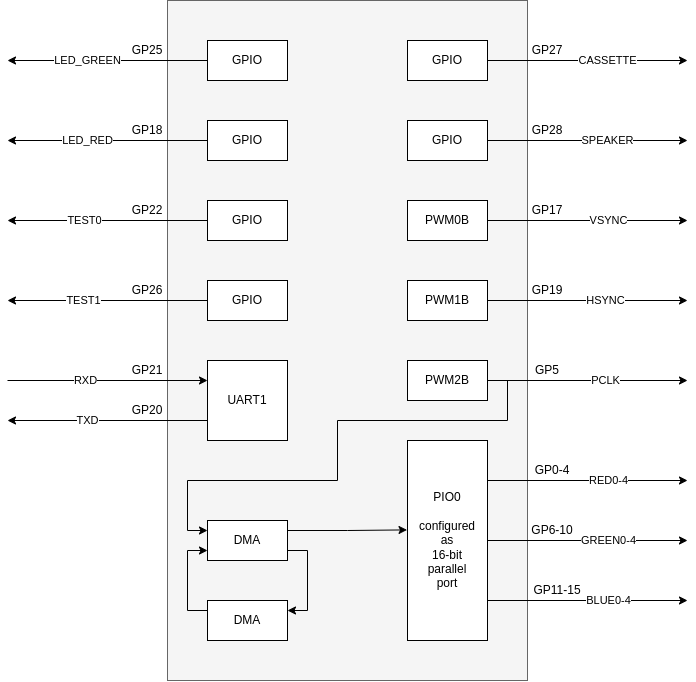
Earlier version of the draw.io export images/pico-iie_block_diagram.drawio.png (pyrex8/pico-iie). Source tidied: cells renumbered, new cells last; positions are measured from the earlier drawing's top-left corner, leaving out a move shared by most shapes.
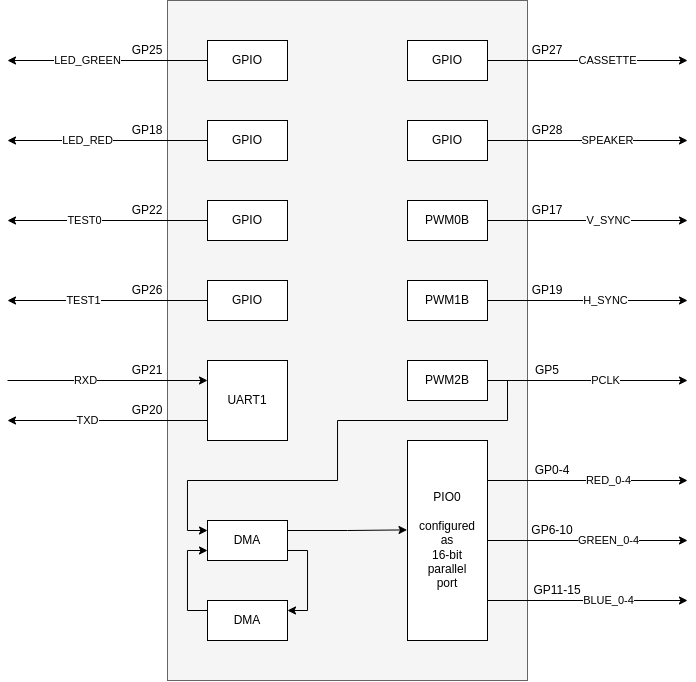
The same diagram one commit later.

Change to the diagram source:
```diff
@@ -10,7 +10,7 @@
         <mxPoint x="680" y="220" as="targetPoint" />
       </mxGeometry>
     </mxCell>
-    <mxCell id="4" value="VSYNC" style="edgeLabel;html=1;align=center;verticalAlign=middle;" parent="3" vertex="1">
+    <mxCell id="4" value="V_SYNC" style="edgeLabel;html=1;align=center;verticalAlign=middle;" parent="3" vertex="1">
       <mxGeometry x="-0.28" y="-1" relative="1" as="geometry">
         <mxPoint x="48" y="-1" as="offset" />
       </mxGeometry>
@@ -23,7 +23,7 @@
         <mxPoint x="680" y="300" as="targetPoint" />
       </mxGeometry>
     </mxCell>
-    <mxCell id="7" value="HSYNC" style="edgeLabel;html=1;align=center;verticalAlign=middle;" parent="6" vertex="1">
+    <mxCell id="7" value="H_SYNC" style="edgeLabel;html=1;align=center;verticalAlign=middle;" parent="6" vertex="1">
       <mxGeometry x="-0.12" y="-2" relative="1" as="geometry">
         <mxPoint x="30" y="-2" as="offset" />
       </mxGeometry>
@@ -49,7 +49,7 @@
         <mxPoint x="680" y="540" as="targetPoint" />
       </mxGeometry>
     </mxCell>
-    <mxCell id="13" value="GREEN0-4" style="edgeLabel;html=1;align=center;verticalAlign=middle;" parent="12" vertex="1">
+    <mxCell id="13" value="GREEN_0-4" style="edgeLabel;html=1;align=center;verticalAlign=middle;" parent="12" vertex="1">
       <mxGeometry x="0.21" y="1" relative="1" as="geometry">
         <mxPoint x="-1" y="1" as="offset" />
       </mxGeometry>
@@ -227,7 +227,7 @@
         <mxPoint x="680" y="600" as="targetPoint" />
       </mxGeometry>
     </mxCell>
-    <mxCell id="57" value="BLUE0-4" style="edgeLabel;html=1;align=center;verticalAlign=middle;" parent="56" vertex="1">
+    <mxCell id="57" value="BLUE_0-4" style="edgeLabel;html=1;align=center;verticalAlign=middle;" parent="56" vertex="1">
       <mxGeometry x="0.21" y="1" relative="1" as="geometry">
         <mxPoint x="-1" y="1" as="offset" />
       </mxGeometry>
@@ -238,7 +238,7 @@
         <mxPoint x="680" y="480" as="targetPoint" />
       </mxGeometry>
     </mxCell>
-    <mxCell id="59" value="RED0-4" style="edgeLabel;html=1;align=center;verticalAlign=middle;" parent="58" vertex="1">
+    <mxCell id="59" value="RED_0-4" style="edgeLabel;html=1;align=center;verticalAlign=middle;" parent="58" vertex="1">
       <mxGeometry x="0.21" y="1" relative="1" as="geometry">
         <mxPoint x="-1" y="1" as="offset" />
       </mxGeometry>
```
